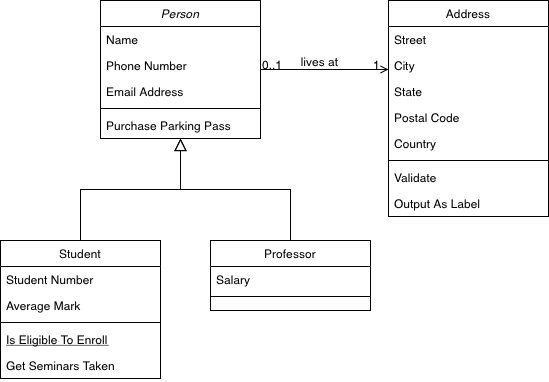
Before: Untitled Diagram.drawio.png, a diagram exported from draw.io (Pouyaraj/UML). Source tidied: cells renumbered, new cells last; positions are measured from the earlier drawing's top-left corner, leaving out a move shared by most shapes.
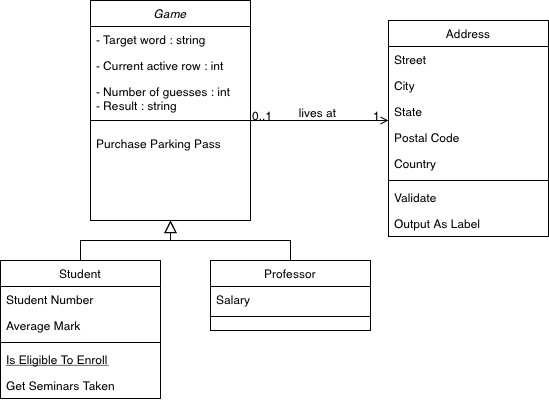
Later version of the same file.

Diff of the diagram source:
```diff
@@ -2,23 +2,23 @@
   <root>
     <mxCell id="0" />
     <mxCell id="1" parent="0" />
-    <mxCell id="2" value="Person" style="swimlane;fontStyle=2;align=center;verticalAlign=top;horizontal=1;startSize=26;rounded=0;shadow=0;strokeWidth=1;" parent="1" vertex="1">
-      <mxGeometry x="100" width="160" height="138" as="geometry" />
+    <mxCell id="2" value="Game" style="swimlane;fontStyle=2;align=center;verticalAlign=top;horizontal=1;startSize=26;rounded=0;shadow=0;strokeWidth=1;" parent="1" vertex="1">
+      <mxGeometry x="90" y="-20" width="160" height="220" as="geometry" />
     </mxCell>
-    <mxCell id="3" value="Name" style="text;align=left;verticalAlign=top;spacingLeft=4;spacingRight=4;overflow=hidden;" parent="2" vertex="1">
+    <mxCell id="3" value="- Target word : string" style="text;align=left;verticalAlign=top;spacingLeft=4;spacingRight=4;overflow=hidden;" parent="2" vertex="1">
       <mxGeometry y="26" width="160" height="26" as="geometry" />
     </mxCell>
-    <mxCell id="4" value="Phone Number" style="text;align=left;verticalAlign=top;spacingLeft=4;spacingRight=4;overflow=hidden;rounded=0;shadow=0;html=0;" parent="2" vertex="1">
+    <mxCell id="4" value="- Current active row : int" style="text;align=left;verticalAlign=top;spacingLeft=4;spacingRight=4;overflow=hidden;rounded=0;shadow=0;html=0;" parent="2" vertex="1">
       <mxGeometry y="52" width="160" height="26" as="geometry" />
     </mxCell>
-    <mxCell id="5" value="Email Address" style="text;align=left;verticalAlign=top;spacingLeft=4;spacingRight=4;overflow=hidden;rounded=0;shadow=0;html=0;" parent="2" vertex="1">
-      <mxGeometry y="78" width="160" height="26" as="geometry" />
+    <mxCell id="5" value="- Number of guesses : int&#10;- Result : string&#10;" style="text;align=left;verticalAlign=top;spacingLeft=4;spacingRight=4;overflow=hidden;rounded=0;shadow=0;html=0;" parent="2" vertex="1">
+      <mxGeometry y="78" width="160" height="32" as="geometry" />
     </mxCell>
     <mxCell id="6" style="line;html=1;strokeWidth=1;align=left;verticalAlign=middle;spacingTop=-1;spacingLeft=3;spacingRight=3;labelPosition=right;" parent="2" vertex="1">
-      <mxGeometry y="104" width="160" height="8" as="geometry" />
+      <mxGeometry y="110" width="160" height="20" as="geometry" />
     </mxCell>
     <mxCell id="7" value="Purchase Parking Pass" style="text;align=left;verticalAlign=top;spacingLeft=4;spacingRight=4;overflow=hidden;" parent="2" vertex="1">
-      <mxGeometry y="112" width="160" height="26" as="geometry" />
+      <mxGeometry y="130" width="160" height="20" as="geometry" />
     </mxCell>
     <mxCell id="8" value="Student" style="swimlane;fontStyle=0;align=center;verticalAlign=top;horizontal=1;startSize=26;rounded=0;shadow=0;strokeWidth=1;" parent="1" vertex="1">
       <mxGeometry y="240" width="160" height="138" as="geometry" />
```
